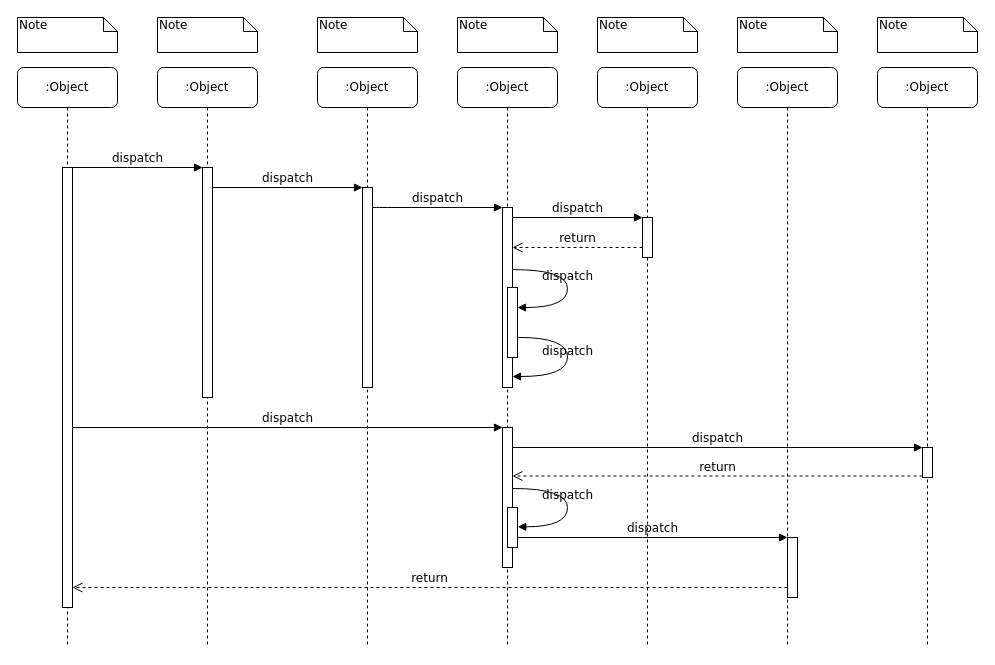
Earlier version of the draw.io diagram Untitled Diagram.drawio (Turing-ld/Turing-ld.github.io). Source tidied: cells renumbered, new cells numbered last; positions are measured from the earlier drawing's top-left corner, leaving out a move shared by most shapes. Both pictures are drawn from the tidied source at 100%, with x=0, y=0 at pixel (17, 17).
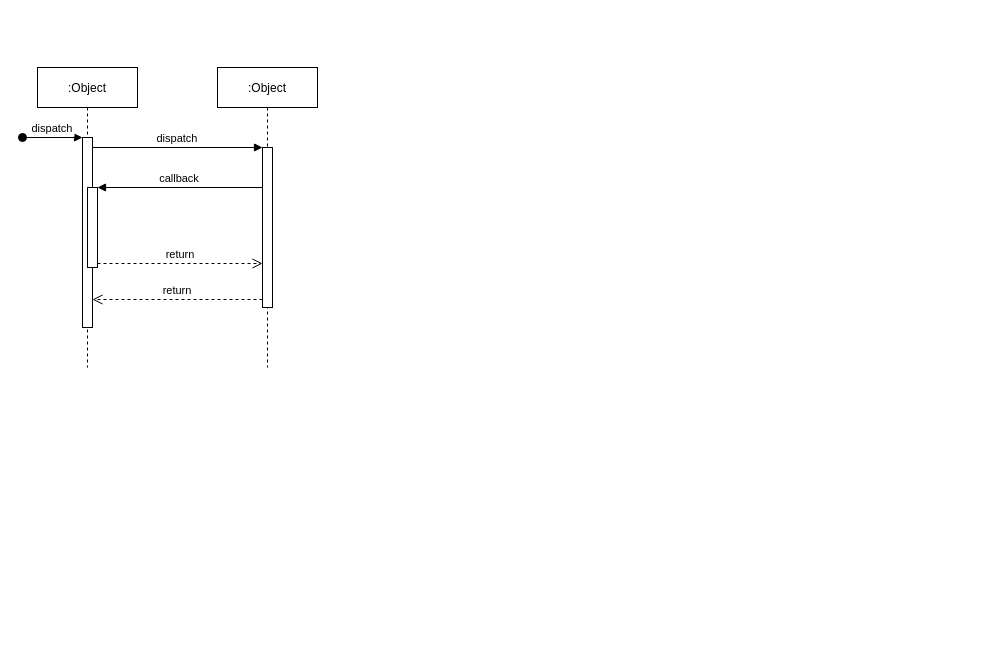
After the change.

Change to the diagram source:
```diff
@@
-<mxGraphModel background="#ffffff">
+<mxGraphModel>
@@
-    <mxCell id="2" value=":Object" style="shape=umlLifeline;perimeter=lifelinePerimeter;whiteSpace=wrap;html=1;rounded=1;shadow=0;comic=0;labelBackgroundColor=none;strokeWidth=1;fontFamily=Verdana;fontSize=12;align=center;" parent="1" vertex="1">
-      <mxGeometry x="140" y="50" width="100" height="580" as="geometry" />
-    </mxCell>
-    <mxCell id="3" style="html=1;points=[];perimeter=orthogonalPerimeter;rounded=0;shadow=0;comic=0;labelBackgroundColor=none;strokeWidth=1;fontFamily=Verdana;fontSize=12;align=center;" parent="2" vertex="1">
-      <mxGeometry x="45" y="100" width="10" height="230" as="geometry" />
-    </mxCell>
-    <mxCell id="4" value=":Object" style="shape=umlLifeline;perimeter=lifelinePerimeter;whiteSpace=wrap;html=1;rounded=1;shadow=0;comic=0;labelBackgroundColor=none;strokeWidth=1;fontFamily=Verdana;fontSize=12;align=center;" parent="1" vertex="1">
-      <mxGeometry x="300" y="50" width="100" height="580" as="geometry" />
-    </mxCell>
-    <mxCell id="5" style="html=1;points=[];perimeter=orthogonalPerimeter;rounded=0;shadow=0;comic=0;labelBackgroundColor=none;strokeWidth=1;fontFamily=Verdana;fontSize=12;align=center;" parent="4" vertex="1">
-      <mxGeometry x="45" y="120" width="10" height="200" as="geometry" />
-    </mxCell>
-    <mxCell id="6" value=":Object" style="shape=umlLifeline;perimeter=lifelinePerimeter;whiteSpace=wrap;html=1;rounded=1;shadow=0;comic=0;labelBackgroundColor=none;strokeWidth=1;fontFamily=Verdana;fontSize=12;align=center;" parent="1" vertex="1">
-      <mxGeometry x="440" y="50" width="100" height="580" as="geometry" />
-    </mxCell>
-    <mxCell id="7" value=":Object" style="shape=umlLifeline;perimeter=lifelinePerimeter;whiteSpace=wrap;html=1;rounded=1;shadow=0;comic=0;labelBackgroundColor=none;strokeWidth=1;fontFamily=Verdana;fontSize=12;align=center;" parent="1" vertex="1">
-      <mxGeometry x="580" y="50" width="100" height="580" as="geometry" />
-    </mxCell>
-    <mxCell id="8" value=":Object" style="shape=umlLifeline;perimeter=lifelinePerimeter;whiteSpace=wrap;html=1;rounded=1;shadow=0;comic=0;labelBackgroundColor=none;strokeWidth=1;fontFamily=Verdana;fontSize=12;align=center;" parent="1" vertex="1">
-      <mxGeometry x="720" y="50" width="100" height="580" as="geometry" />
-    </mxCell>
-    <mxCell id="9" value=":Object" style="shape=umlLifeline;perimeter=lifelinePerimeter;whiteSpace=wrap;html=1;rounded=1;shadow=0;comic=0;labelBackgroundColor=none;strokeWidth=1;fontFamily=Verdana;fontSize=12;align=center;" parent="1" vertex="1">
-      <mxGeometry x="860" y="50" width="100" height="580" as="geometry" />
-    </mxCell>
-    <mxCell id="10" value=":Object" style="shape=umlLifeline;perimeter=lifelinePerimeter;whiteSpace=wrap;html=1;rounded=1;shadow=0;comic=0;labelBackgroundColor=none;strokeWidth=1;fontFamily=Verdana;fontSize=12;align=center;" parent="1" vertex="1">
-      <mxGeometry y="50" width="100" height="580" as="geometry" />
-    </mxCell>
-    <mxCell id="11" style="html=1;points=[];perimeter=orthogonalPerimeter;rounded=0;shadow=0;comic=0;labelBackgroundColor=none;strokeWidth=1;fontFamily=Verdana;fontSize=12;align=center;" parent="10" vertex="1">
-      <mxGeometry x="45" y="100" width="10" height="440" as="geometry" />
-    </mxCell>
-    <mxCell id="12" style="html=1;points=[];perimeter=orthogonalPerimeter;rounded=0;shadow=0;comic=0;labelBackgroundColor=none;strokeWidth=1;fontFamily=Verdana;fontSize=12;align=center;" parent="1" vertex="1">
-      <mxGeometry x="485" y="190" width="10" height="180" as="geometry" />
-    </mxCell>
-    <mxCell id="13" value="dispatch" style="html=1;verticalAlign=bottom;endArrow=block;labelBackgroundColor=none;fontFamily=Verdana;fontSize=12;edgeStyle=elbowEdgeStyle;elbow=vertical;" parent="1" edge="1" source="5" target="12">
-      <mxGeometry relative="1" as="geometry">
-        <Array as="points">
-          <mxPoint x="360" y="190" />
-        </Array>
-      </mxGeometry>
-    </mxCell>
-    <mxCell id="14" style="html=1;points=[];perimeter=orthogonalPerimeter;rounded=0;shadow=0;comic=0;labelBackgroundColor=none;strokeWidth=1;fontFamily=Verdana;fontSize=12;align=center;" parent="1" vertex="1">
-      <mxGeometry x="625" y="200" width="10" height="40" as="geometry" />
-    </mxCell>
-    <mxCell id="15" value="dispatch" style="html=1;verticalAlign=bottom;endArrow=block;entryX=0;entryY=0;labelBackgroundColor=none;fontFamily=Verdana;fontSize=12;edgeStyle=elbowEdgeStyle;elbow=vertical;" parent="1" edge="1" source="12" target="14">
-      <mxGeometry relative="1" as="geometry" />
-    </mxCell>
-    <mxCell id="16" value="return" style="html=1;verticalAlign=bottom;endArrow=open;dashed=1;endSize=8;labelBackgroundColor=none;fontFamily=Verdana;fontSize=12;edgeStyle=elbowEdgeStyle;elbow=vertical;" parent="1" edge="1" source="14" target="12">
-      <mxGeometry relative="1" as="geometry">
-        <Array as="points">
-          <mxPoint x="570" y="230" />
-          <mxPoint x="600" y="230" />
-        </Array>
-      </mxGeometry>
-    </mxCell>
-    <mxCell id="17" style="html=1;points=[];perimeter=orthogonalPerimeter;rounded=0;shadow=0;comic=0;labelBackgroundColor=none;strokeWidth=1;fontFamily=Verdana;fontSize=12;align=center;" parent="1" vertex="1">
-      <mxGeometry x="485" y="410" width="10" height="140" as="geometry" />
-    </mxCell>
-    <mxCell id="18" value="dispatch" style="html=1;verticalAlign=bottom;endArrow=block;entryX=0;entryY=0;labelBackgroundColor=none;fontFamily=Verdana;fontSize=12;" parent="1" edge="1" source="11" target="17">
-      <mxGeometry relative="1" as="geometry" />
-    </mxCell>
-    <mxCell id="19" style="html=1;points=[];perimeter=orthogonalPerimeter;rounded=0;shadow=0;comic=0;labelBackgroundColor=none;strokeColor=#000000;strokeWidth=1;fillColor=#FFFFFF;fontFamily=Verdana;fontSize=12;fontColor=#000000;align=center;" parent="1" vertex="1">
-      <mxGeometry x="905" y="430" width="10" height="30" as="geometry" />
-    </mxCell>
-    <mxCell id="20" value="dispatch" style="html=1;verticalAlign=bottom;endArrow=block;entryX=0;entryY=0;labelBackgroundColor=none;fontFamily=Verdana;fontSize=12;" parent="1" edge="1" source="17" target="19">
-      <mxGeometry relative="1" as="geometry" />
-    </mxCell>
-    <mxCell id="21" value="return" style="html=1;verticalAlign=bottom;endArrow=open;dashed=1;endSize=8;exitX=0;exitY=0.95;labelBackgroundColor=none;fontFamily=Verdana;fontSize=12;" parent="1" edge="1" source="19" target="17">
-      <mxGeometry relative="1" as="geometry" />
-    </mxCell>
-    <mxCell id="22" style="html=1;points=[];perimeter=orthogonalPerimeter;rounded=0;shadow=0;comic=0;labelBackgroundColor=none;strokeWidth=1;fontFamily=Verdana;fontSize=12;align=center;" parent="1" vertex="1">
-      <mxGeometry x="770" y="520" width="10" height="60" as="geometry" />
-    </mxCell>
-    <mxCell id="23" value="dispatch" style="html=1;verticalAlign=bottom;endArrow=block;entryX=0;entryY=0;labelBackgroundColor=none;fontFamily=Verdana;fontSize=12;edgeStyle=elbowEdgeStyle;elbow=vertical;" parent="1" edge="1" source="30" target="22">
-      <mxGeometry relative="1" as="geometry" />
-    </mxCell>
-    <mxCell id="24" value="return" style="html=1;verticalAlign=bottom;endArrow=open;dashed=1;endSize=8;labelBackgroundColor=none;fontFamily=Verdana;fontSize=12;edgeStyle=elbowEdgeStyle;elbow=vertical;" parent="1" edge="1" source="22" target="11">
-      <mxGeometry relative="1" as="geometry">
-        <Array as="points">
-          <mxPoint x="470" y="570" />
-        </Array>
-      </mxGeometry>
-    </mxCell>
-    <mxCell id="25" value="dispatch" style="html=1;verticalAlign=bottom;endArrow=block;entryX=0;entryY=0;labelBackgroundColor=none;fontFamily=Verdana;fontSize=12;edgeStyle=elbowEdgeStyle;elbow=vertical;" parent="1" edge="1" source="11" target="3">
-      <mxGeometry relative="1" as="geometry" />
-    </mxCell>
-    <mxCell id="26" value="dispatch" style="html=1;verticalAlign=bottom;endArrow=block;entryX=0;entryY=0;labelBackgroundColor=none;fontFamily=Verdana;fontSize=12;edgeStyle=elbowEdgeStyle;elbow=vertical;" parent="1" edge="1" source="3" target="5">
-      <mxGeometry relative="1" as="geometry" />
-    </mxCell>
-    <mxCell id="27" style="html=1;points=[];perimeter=orthogonalPerimeter;rounded=0;shadow=0;comic=0;labelBackgroundColor=none;strokeWidth=1;fontFamily=Verdana;fontSize=12;align=center;" parent="1" vertex="1">
-      <mxGeometry x="490" y="270" width="10" height="70" as="geometry" />
-    </mxCell>
-    <mxCell id="28" value="dispatch" style="html=1;verticalAlign=bottom;endArrow=block;labelBackgroundColor=none;fontFamily=Verdana;fontSize=12;elbow=vertical;edgeStyle=orthogonalEdgeStyle;curved=1;entryX=1;entryY=0.286;entryPerimeter=0;exitX=1.038;exitY=0.345;exitPerimeter=0;" parent="1" edge="1" source="12" target="27">
-      <mxGeometry relative="1" as="geometry">
-        <Array as="points">
-          <mxPoint x="550" y="252" />
-          <mxPoint x="550" y="290" />
-        </Array>
-      </mxGeometry>
-    </mxCell>
-    <mxCell id="29" value="dispatch" style="html=1;verticalAlign=bottom;endArrow=block;labelBackgroundColor=none;fontFamily=Verdana;fontSize=12;elbow=vertical;edgeStyle=orthogonalEdgeStyle;curved=1;exitX=1.066;exitY=0.713;exitPerimeter=0;" parent="1" edge="1" source="27">
-      <mxGeometry relative="1" as="geometry">
-        <mxPoint x="495" y="359" as="targetPoint" />
-        <Array as="points">
-          <mxPoint x="550" y="320" />
-          <mxPoint x="550" y="359" />
-        </Array>
-      </mxGeometry>
-    </mxCell>
-    <mxCell id="30" style="html=1;points=[];perimeter=orthogonalPerimeter;rounded=0;shadow=0;comic=0;labelBackgroundColor=none;strokeWidth=1;fontFamily=Verdana;fontSize=12;align=center;" parent="1" vertex="1">
-      <mxGeometry x="490" y="490" width="10" height="40" as="geometry" />
-    </mxCell>
-    <mxCell id="31" value="dispatch" style="html=1;verticalAlign=bottom;endArrow=block;labelBackgroundColor=none;fontFamily=Verdana;fontSize=12;elbow=vertical;edgeStyle=orthogonalEdgeStyle;curved=1;entryX=1;entryY=0.286;entryPerimeter=0;exitX=1.038;exitY=0.345;exitPerimeter=0;" parent="1" edge="1">
-      <mxGeometry relative="1" as="geometry">
-        <mxPoint x="495.3" y="471" as="sourcePoint" />
-        <mxPoint x="500.3" y="509.3" as="targetPoint" />
-        <Array as="points">
-          <mxPoint x="550" y="471" />
-          <mxPoint x="550" y="509" />
-        </Array>
-      </mxGeometry>
-    </mxCell>
-    <mxCell id="32" value="Note" style="shape=note;whiteSpace=wrap;html=1;size=14;verticalAlign=top;align=left;spacingTop=-6;rounded=0;shadow=0;comic=0;labelBackgroundColor=none;strokeWidth=1;fontFamily=Verdana;fontSize=12;" parent="1" vertex="1">
-      <mxGeometry width="100" height="35" as="geometry" />
-    </mxCell>
-    <mxCell id="33" value="Note" style="shape=note;whiteSpace=wrap;html=1;size=14;verticalAlign=top;align=left;spacingTop=-6;rounded=0;shadow=0;comic=0;labelBackgroundColor=none;strokeWidth=1;fontFamily=Verdana;fontSize=12;" parent="1" vertex="1">
-      <mxGeometry x="140" width="100" height="35" as="geometry" />
-    </mxCell>
-    <mxCell id="34" value="Note" style="shape=note;whiteSpace=wrap;html=1;size=14;verticalAlign=top;align=left;spacingTop=-6;rounded=0;shadow=0;comic=0;labelBackgroundColor=none;strokeWidth=1;fontFamily=Verdana;fontSize=12;" parent="1" vertex="1">
-      <mxGeometry x="300" width="100" height="35" as="geometry" />
-    </mxCell>
-    <mxCell id="35" value="Note" style="shape=note;whiteSpace=wrap;html=1;size=14;verticalAlign=top;align=left;spacingTop=-6;rounded=0;shadow=0;comic=0;labelBackgroundColor=none;strokeWidth=1;fontFamily=Verdana;fontSize=12;" parent="1" vertex="1">
-      <mxGeometry x="440" width="100" height="35" as="geometry" />
-    </mxCell>
-    <mxCell id="36" value="Note" style="shape=note;whiteSpace=wrap;html=1;size=14;verticalAlign=top;align=left;spacingTop=-6;rounded=0;shadow=0;comic=0;labelBackgroundColor=none;strokeWidth=1;fontFamily=Verdana;fontSize=12;" parent="1" vertex="1">
-      <mxGeometry x="580" width="100" height="35" as="geometry" />
-    </mxCell>
-    <mxCell id="37" value="Note" style="shape=note;whiteSpace=wrap;html=1;size=14;verticalAlign=top;align=left;spacingTop=-6;rounded=0;shadow=0;comic=0;labelBackgroundColor=none;strokeWidth=1;fontFamily=Verdana;fontSize=12;" parent="1" vertex="1">
-      <mxGeometry x="720" width="100" height="35" as="geometry" />
-    </mxCell>
-    <mxCell id="38" value="Note" style="shape=note;whiteSpace=wrap;html=1;size=14;verticalAlign=top;align=left;spacingTop=-6;rounded=0;shadow=0;comic=0;labelBackgroundColor=none;strokeWidth=1;fontFamily=Verdana;fontSize=12;" parent="1" vertex="1">
-      <mxGeometry x="860" width="100" height="35" as="geometry" />
-    </mxCell>
+    <mxCell id="39" value=":Object" style="shape=umlLifeline;perimeter=lifelinePerimeter;rounded=0;shadow=0;strokeWidth=1;" parent="1" vertex="1">
+      <mxGeometry x="20" y="50" width="100" height="300" as="geometry" />
+    </mxCell>
+    <mxCell id="40" style="points=[];perimeter=orthogonalPerimeter;rounded=0;shadow=0;strokeWidth=1;" parent="39" vertex="1">
+      <mxGeometry x="45" y="70" width="10" height="190" as="geometry" />
+    </mxCell>
+    <mxCell id="41" value="dispatch" style="verticalAlign=bottom;startArrow=oval;endArrow=block;startSize=8;shadow=0;strokeWidth=1;" parent="39" edge="1" target="40">
+      <mxGeometry relative="1" as="geometry">
+        <mxPoint x="-15" y="70" as="sourcePoint" />
+      </mxGeometry>
+    </mxCell>
+    <mxCell id="42" style="points=[];perimeter=orthogonalPerimeter;rounded=0;shadow=0;strokeWidth=1;" parent="39" vertex="1">
+      <mxGeometry x="50" y="120" width="10" height="80" as="geometry" />
+    </mxCell>
+    <mxCell id="43" value=":Object" style="shape=umlLifeline;perimeter=lifelinePerimeter;rounded=0;shadow=0;strokeWidth=1;" parent="1" vertex="1">
+      <mxGeometry x="200" y="50" width="100" height="300" as="geometry" />
+    </mxCell>
+    <mxCell id="44" style="points=[];perimeter=orthogonalPerimeter;rounded=0;shadow=0;strokeWidth=1;" parent="43" vertex="1">
+      <mxGeometry x="45" y="80" width="10" height="160" as="geometry" />
+    </mxCell>
+    <mxCell id="45" value="return" style="verticalAlign=bottom;endArrow=open;dashed=1;endSize=8;exitX=0;exitY=0.95;shadow=0;strokeWidth=1;" parent="1" edge="1" source="44" target="40">
+      <mxGeometry relative="1" as="geometry" />
+    </mxCell>
+    <mxCell id="46" value="dispatch" style="verticalAlign=bottom;endArrow=block;entryX=0;entryY=0;shadow=0;strokeWidth=1;" parent="1" edge="1" source="40" target="44">
+      <mxGeometry relative="1" as="geometry" />
+    </mxCell>
+    <mxCell id="47" value="callback" style="verticalAlign=bottom;endArrow=block;entryX=1;entryY=0;shadow=0;strokeWidth=1;" parent="1" edge="1" source="44" target="42">
+      <mxGeometry relative="1" as="geometry" />
+    </mxCell>
+    <mxCell id="48" value="return" style="verticalAlign=bottom;endArrow=open;dashed=1;endSize=8;exitX=1;exitY=0.95;shadow=0;strokeWidth=1;" parent="1" edge="1" source="42" target="44">
+      <mxGeometry relative="1" as="geometry" />
+    </mxCell>
```
